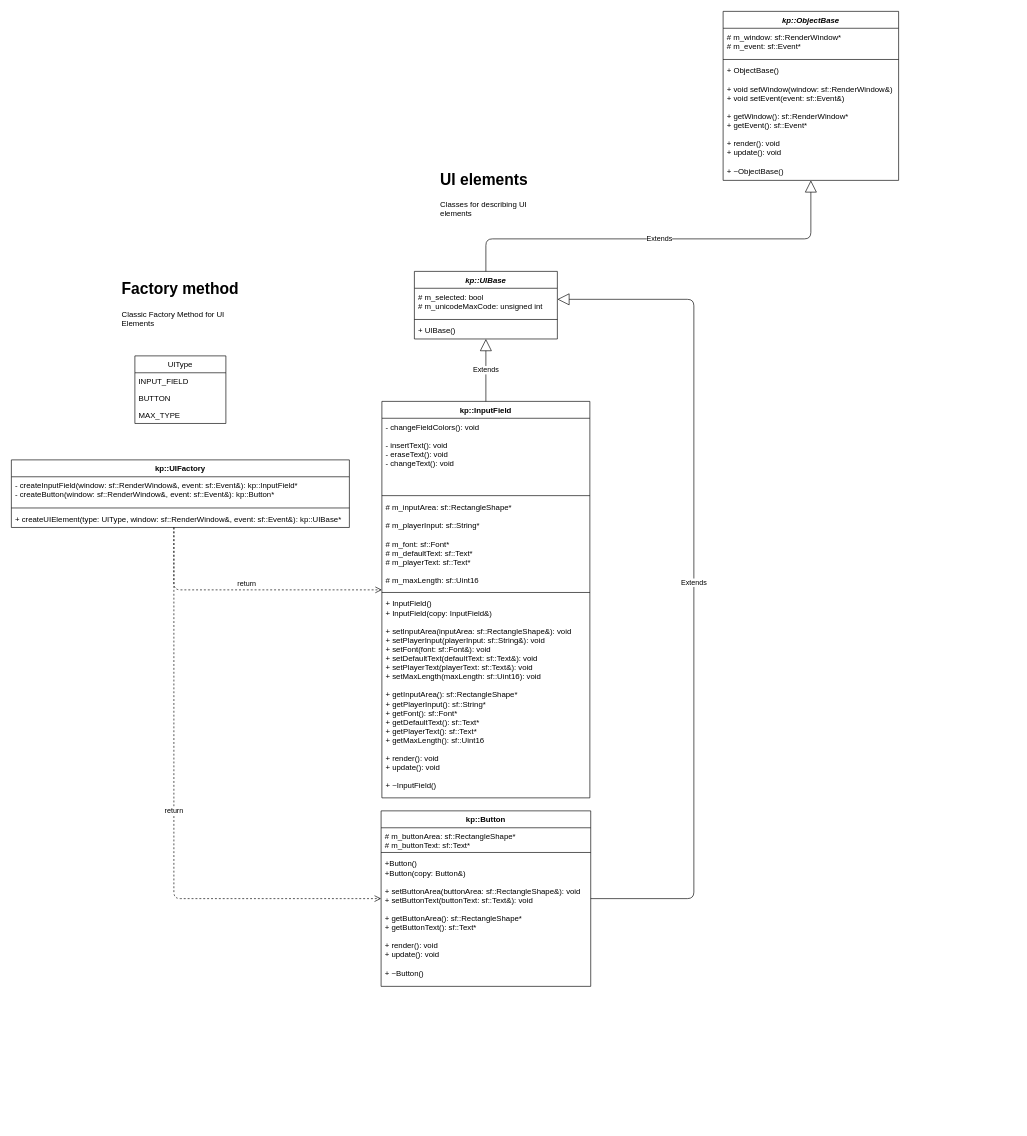
The draw.io diagram diagrams/class_diagram.drawio in kolyshek/to_the_bottom_sfml, before the edit. Source tidied: cells renumbered, new cells numbered last; positions are measured from the earlier drawing's top-left corner, leaving out a move shared by most shapes. Both pictures are drawn from the tidied source at 65%, with x=0, y=0 at pixel (11, 11).
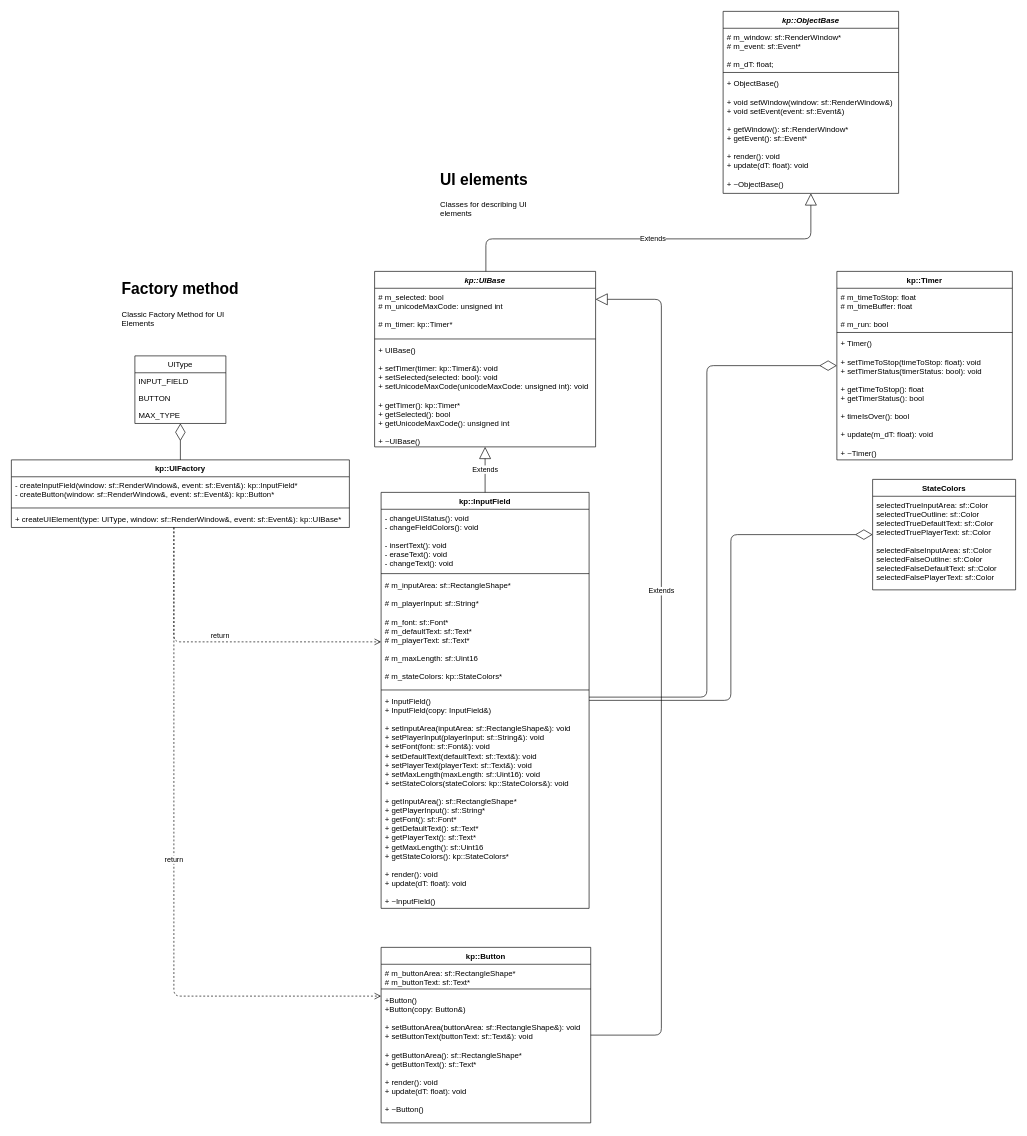
The same diagram, later.

Unchanged cells that the change refers to:
```xml
<mxCell id="20" value="kp::UIFactory" style="swimlane;fontStyle=1;align=center;verticalAlign=top;horizontal=1;startSize=26;" parent="1" vertex="1">
  <mxGeometry y="690" width="520" height="104" as="geometry" />
</mxCell>
<mxCell id="29" value="UIType" style="swimlane;fontStyle=0;horizontal=1;startSize=26;fillColor=none;" parent="1" vertex="1">
  <mxGeometry x="190" y="530" width="140" height="104" as="geometry" />
</mxCell>
```

What changed in the source:
```diff
@@
     <mxCell id="2" value="kp::ObjectBase" style="swimlane;fontStyle=3;align=center;verticalAlign=top;horizontal=1;startSize=26;" parent="1" vertex="1">
-      <mxGeometry x="1095" width="270" height="260" as="geometry" />
+      <mxGeometry x="1095" width="270" height="280" as="geometry" />
     </mxCell>
-    <mxCell id="3" value="# m_window: sf::RenderWindow*&#10;# m_event: sf::Event*" style="text;strokeColor=none;fillColor=none;align=left;verticalAlign=top;spacingLeft=4;spacingRight=4;overflow=hidden;" parent="2" vertex="1">
-      <mxGeometry y="26" width="270" height="44" as="geometry" />
+    <mxCell id="3" value="# m_window: sf::RenderWindow*&#10;# m_event: sf::Event*&#10;&#10;# m_dT: float;" style="text;strokeColor=none;fillColor=none;align=left;verticalAlign=top;spacingLeft=4;spacingRight=4;overflow=hidden;" parent="2" vertex="1">
+      <mxGeometry y="26" width="270" height="64" as="geometry" />
     </mxCell>
     <mxCell id="4" style="line;strokeWidth=1;fillColor=none;align=left;verticalAlign=middle;spacingTop=-1;spacingLeft=3;spacingRight=3;labelPosition=right;" parent="2" vertex="1">
-      <mxGeometry y="70" width="270" height="8" as="geometry" />
+      <mxGeometry y="90" width="270" height="8" as="geometry" />
     </mxCell>
-    <mxCell id="5" value="+ ObjectBase()&#10;&#10;+ void setWindow(window: sf::RenderWindow&amp;)&#10;+ void setEvent(event: sf::Event&amp;)&#10;&#10;+ getWindow(): sf::RenderWindow*&#10;+ getEvent(): sf::Event*&#10;&#10;+ render(): void&#10;+ update(): void&#10;&#10;+ ~ObjectBase()" style="text;strokeColor=none;fillColor=none;align=left;verticalAlign=top;spacingLeft=4;spacingRight=4;overflow=hidden;" parent="2" vertex="1">
-      <mxGeometry y="78" width="270" height="182" as="geometry" />
+    <mxCell id="5" value="+ ObjectBase()&#10;&#10;+ void setWindow(window: sf::RenderWindow&amp;)&#10;+ void setEvent(event: sf::Event&amp;)&#10;&#10;+ getWindow(): sf::RenderWindow*&#10;+ getEvent(): sf::Event*&#10;&#10;+ render(): void&#10;+ update(dT: float): void&#10;&#10;+ ~ObjectBase()" style="text;strokeColor=none;fillColor=none;align=left;verticalAlign=top;spacingLeft=4;spacingRight=4;overflow=hidden;" parent="2" vertex="1">
+      <mxGeometry y="98" width="270" height="182" as="geometry" />
     </mxCell>
     <mxCell id="6" value="kp::UIBase" style="swimlane;fontStyle=3;align=center;verticalAlign=top;horizontal=1;startSize=26;" parent="1" vertex="1">
-      <mxGeometry x="620" y="400" width="220" height="104" as="geometry" />
+      <mxGeometry x="558.8" y="400" width="340" height="270" as="geometry" />
     </mxCell>
-    <mxCell id="7" value="# m_selected: bool&#10;# m_unicodeMaxCode: unsigned int" style="text;strokeColor=none;fillColor=none;align=left;verticalAlign=top;spacingLeft=4;spacingRight=4;overflow=hidden;" parent="6" vertex="1">
-      <mxGeometry y="26" width="220" height="44" as="geometry" />
+    <mxCell id="7" value="# m_selected: bool&#10;# m_unicodeMaxCode: unsigned int&#10;&#10;# m_timer: kp::Timer*" style="text;strokeColor=none;fillColor=none;align=left;verticalAlign=top;spacingLeft=4;spacingRight=4;overflow=hidden;" parent="6" vertex="1">
+      <mxGeometry y="26" width="340" height="74" as="geometry" />
     </mxCell>
     <mxCell id="8" style="line;strokeWidth=1;fillColor=none;align=left;verticalAlign=middle;spacingTop=-1;spacingLeft=3;spacingRight=3;labelPosition=right;" parent="6" vertex="1">
-      <mxGeometry y="70" width="220" height="8" as="geometry" />
+      <mxGeometry y="100" width="340" height="8" as="geometry" />
     </mxCell>
-    <mxCell id="9" value="+ UIBase()" style="text;strokeColor=none;fillColor=none;align=left;verticalAlign=top;spacingLeft=4;spacingRight=4;overflow=hidden;" parent="6" vertex="1">
-      <mxGeometry y="78" width="220" height="26" as="geometry" />
+    <mxCell id="9" value="+ UIBase()&#10;&#10;+ setTimer(timer: kp::Timer&amp;): void&#10;+ setSelected(selected: bool): void&#10;+ setUnicodeMaxCode(unicodeMaxCode: unsigned int): void&#10;&#10;+ getTimer(): kp::Timer*&#10;+ getSelected(): bool&#10;+ getUnicodeMaxCode(): unsigned int&#10;&#10;+ ~UIBase()" style="text;strokeColor=none;fillColor=none;align=left;verticalAlign=top;spacingLeft=4;spacingRight=4;overflow=hidden;" parent="6" vertex="1">
+      <mxGeometry y="108" width="340" height="162" as="geometry" />
     </mxCell>
     <mxCell id="10" value="kp::InputField" style="swimlane;fontStyle=1;align=center;verticalAlign=top;horizontal=1;startSize=26;" parent="1" vertex="1">
-      <mxGeometry x="570" y="600" width="320" height="610" as="geometry" />
+      <mxGeometry x="568.8" y="740" width="320" height="640" as="geometry" />
     </mxCell>
-    <mxCell id="11" value="- changeFieldColors(): void&#10;&#10;- insertText(): void&#10;- eraseText(): void&#10;- changeText(): void" style="text;strokeColor=none;fillColor=none;align=left;verticalAlign=top;spacingLeft=4;spacingRight=4;overflow=hidden;" parent="10" vertex="1">
-      <mxGeometry y="26" width="320" height="114" as="geometry" />
+    <mxCell id="11" value="- changeUIStatus(): void&#10;- changeFieldColors(): void&#10;&#10;- insertText(): void&#10;- eraseText(): void&#10;- changeText(): void" style="text;strokeColor=none;fillColor=none;align=left;verticalAlign=top;spacingLeft=4;spacingRight=4;overflow=hidden;" parent="10" vertex="1">
+      <mxGeometry y="26" width="320" height="94" as="geometry" />
     </mxCell>
     <mxCell id="12" style="line;strokeWidth=1;fillColor=none;align=left;verticalAlign=middle;spacingTop=-1;spacingLeft=3;spacingRight=3;labelPosition=right;" parent="10" vertex="1">
-      <mxGeometry y="140" width="320" height="10" as="geometry" />
+      <mxGeometry y="120" width="320" height="10" as="geometry" />
     </mxCell>
-    <mxCell id="13" value="# m_inputArea: sf::RectangleShape*&#10;&#10;# m_playerInput: sf::String*&#10;&#10;# m_font: sf::Font*&#10;# m_defaultText: sf::Text*&#10;# m_playerText: sf::Text*&#10;&#10;# m_maxLength: sf::Uint16" style="text;strokeColor=none;fillColor=none;align=left;verticalAlign=top;spacingLeft=4;spacingRight=4;overflow=hidden;" parent="10" vertex="1">
-      <mxGeometry y="150" width="320" height="140" as="geometry" />
+    <mxCell id="13" value="# m_inputArea: sf::RectangleShape*&#10;&#10;# m_playerInput: sf::String*&#10;&#10;# m_font: sf::Font*&#10;# m_defaultText: sf::Text*&#10;# m_playerText: sf::Text*&#10;&#10;# m_maxLength: sf::Uint16&#10;&#10;# m_stateColors: kp::StateColors*" style="text;strokeColor=none;fillColor=none;align=left;verticalAlign=top;spacingLeft=4;spacingRight=4;overflow=hidden;" parent="10" vertex="1">
+      <mxGeometry y="130" width="320" height="170" as="geometry" />
     </mxCell>
     <mxCell id="14" style="line;strokeWidth=1;fillColor=none;align=left;verticalAlign=middle;spacingTop=-1;spacingLeft=3;spacingRight=3;labelPosition=right;" parent="10" vertex="1">
-      <mxGeometry y="290" width="320" height="8" as="geometry" />
+      <mxGeometry y="300" width="320" height="8" as="geometry" />
     </mxCell>
-    <mxCell id="15" value="+ InputField()&#10;+ InputField(copy: InputField&amp;)&#10;&#10;+ setInputArea(inputArea: sf::RectangleShape&amp;): void&#10;+ setPlayerInput(playerInput: sf::String&amp;): void&#10;+ setFont(font: sf::Font&amp;): void&#10;+ setDefaultText(defaultText: sf::Text&amp;): void&#10;+ setPlayerText(playerText: sf::Text&amp;): void&#10;+ setMaxLength(maxLength: sf::Uint16): void&#10;&#10;+ getInputArea(): sf::RectangleShape*&#10;+ getPlayerInput(): sf::String*&#10;+ getFont(): sf::Font*&#10;+ getDefaultText(): sf::Text*&#10;+ getPlayerText(): sf::Text*&#10;+ getMaxLength(): sf::Uint16&#10;&#10;+ render(): void&#10;+ update(): void&#10;&#10;+ ~InputField()" style="text;strokeColor=none;fillColor=none;align=left;verticalAlign=top;spacingLeft=4;spacingRight=4;overflow=hidden;" parent="10" vertex="1">
-      <mxGeometry y="298" width="320" height="312" as="geometry" />
+    <mxCell id="15" value="+ InputField()&#10;+ InputField(copy: InputField&amp;)&#10;&#10;+ setInputArea(inputArea: sf::RectangleShape&amp;): void&#10;+ setPlayerInput(playerInput: sf::String&amp;): void&#10;+ setFont(font: sf::Font&amp;): void&#10;+ setDefaultText(defaultText: sf::Text&amp;): void&#10;+ setPlayerText(playerText: sf::Text&amp;): void&#10;+ setMaxLength(maxLength: sf::Uint16): void&#10;+ setStateColors(stateColors: kp::StateColors&amp;): void&#10;&#10;+ getInputArea(): sf::RectangleShape*&#10;+ getPlayerInput(): sf::String*&#10;+ getFont(): sf::Font*&#10;+ getDefaultText(): sf::Text*&#10;+ getPlayerText(): sf::Text*&#10;+ getMaxLength(): sf::Uint16&#10;+ getStateColors(): kp::StateColors*&#10;&#10;+ render(): void&#10;+ update(dT: float): void&#10;&#10;+ ~InputField()" style="text;strokeColor=none;fillColor=none;align=left;verticalAlign=top;spacingLeft=4;spacingRight=4;overflow=hidden;" parent="10" vertex="1">
+      <mxGeometry y="308" width="320" height="332" as="geometry" />
     </mxCell>
     <mxCell id="16" value="kp::Button" style="swimlane;fontStyle=1;align=center;verticalAlign=top;horizontal=1;startSize=26;" parent="1" vertex="1">
-      <mxGeometry x="568.8" y="1230" width="322.5" height="270" as="geometry" />
+      <mxGeometry x="568.8" y="1440" width="322.5" height="270" as="geometry" />
     </mxCell>
@@
-    <mxCell id="19" value="+Button()&#10;+Button(copy: Button&amp;)&#10;&#10;+ setButtonArea(buttonArea: sf::RectangleShape&amp;): void&#10;&#9;&#9;+ setButtonText(buttonText: sf::Text&amp;): void&#10;&#10;+ getButtonArea(): sf::RectangleShape*&#10;+ getButtonText(): sf::Text*&#10;&#10;+ render(): void&#10;+ update(): void&#10;&#10;+ ~Button()" style="text;strokeColor=none;fillColor=none;align=left;verticalAlign=top;spacingLeft=4;spacingRight=4;overflow=hidden;" parent="16" vertex="1">
+    <mxCell id="19" value="+Button()&#10;+Button(copy: Button&amp;)&#10;&#10;+ setButtonArea(buttonArea: sf::RectangleShape&amp;): void&#10;&#9;&#9;+ setButtonText(buttonText: sf::Text&amp;): void&#10;&#10;+ getButtonArea(): sf::RectangleShape*&#10;+ getButtonText(): sf::Text*&#10;&#10;+ render(): void&#10;+ update(dT: float): void&#10;&#10;+ ~Button()" style="text;strokeColor=none;fillColor=none;align=left;verticalAlign=top;spacingLeft=4;spacingRight=4;overflow=hidden;" parent="16" vertex="1">
       <mxGeometry y="68" width="322.5" height="202" as="geometry" />
     </mxCell>
@@
     <mxCell id="26" value="Extends" style="endArrow=block;endSize=16;endFill=0;html=1;edgeStyle=orthogonalEdgeStyle;" parent="1" edge="1" source="16" target="6">
-      <mxGeometry relative="1" as="geometry">
+      <mxGeometry x="0.18" relative="1" as="geometry">
         <Array as="points">
-          <mxPoint x="1050" y="443" />
+          <mxPoint x="1000" y="1575" />
+          <mxPoint x="1000" y="443" />
         </Array>
       </mxGeometry>
     </mxCell>
     <mxCell id="27" value="return" style="html=1;verticalAlign=bottom;endArrow=open;dashed=1;endSize=8;edgeStyle=orthogonalEdgeStyle;" parent="1" edge="1" source="20" target="10">
       <mxGeometry relative="1" as="geometry">
         <Array as="points">
-          <mxPoint x="250" y="890" />
+          <mxPoint x="250" y="970" />
         </Array>
       </mxGeometry>
     </mxCell>
     <mxCell id="28" value="return" style="html=1;verticalAlign=bottom;endArrow=open;dashed=1;endSize=8;edgeStyle=orthogonalEdgeStyle;" parent="1" edge="1" source="20" target="16">
       <mxGeometry relative="1" as="geometry">
         <Array as="points">
-          <mxPoint x="250" y="1365" />
+          <mxPoint x="250" y="1515" />
         </Array>
       </mxGeometry>
     </mxCell>
@@
+    <mxCell id="35" value="kp::Timer" style="swimlane;fontStyle=1;align=center;verticalAlign=top;horizontal=1;startSize=26;fillColor=none;" parent="1" vertex="1">
+      <mxGeometry x="1270" y="400" width="270" height="290" as="geometry" />
+    </mxCell>
+    <mxCell id="36" value="# m_timeToStop: float&#10;# m_timeBuffer: float&#10;&#10;# m_run: bool" style="text;strokeColor=none;fillColor=none;align=left;verticalAlign=top;spacingLeft=4;spacingRight=4;overflow=hidden;" parent="35" vertex="1">
+      <mxGeometry y="26" width="270" height="64" as="geometry" />
+    </mxCell>
+    <mxCell id="37" style="line;strokeWidth=1;fillColor=none;align=left;verticalAlign=middle;spacingTop=-1;spacingLeft=3;spacingRight=3;labelPosition=right;" parent="35" vertex="1">
+      <mxGeometry y="90" width="270" height="8" as="geometry" />
+    </mxCell>
+    <mxCell id="38" value="+ Timer()&#10;&#10;+ setTimeToStop(timeToStop: float): void&#10;+ setTimerStatus(timerStatus: bool): void&#10;&#10;+ getTimeToStop(): float&#10;+ getTimerStatus(): bool&#10;&#10;+ timeIsOver(): bool&#10;&#10;+ update(m_dT: float): void&#10;&#10;+ ~Timer()" style="text;strokeColor=none;fillColor=none;align=left;verticalAlign=top;spacingLeft=4;spacingRight=4;overflow=hidden;" parent="35" vertex="1">
+      <mxGeometry y="98" width="270" height="192" as="geometry" />
+    </mxCell>
+    <mxCell id="39" value="StateColors" style="swimlane;fontStyle=1;align=center;verticalAlign=top;horizontal=1;startSize=26;" parent="1" vertex="1">
+      <mxGeometry x="1325" y="720" width="220" height="170" as="geometry" />
+    </mxCell>
+    <mxCell id="40" value="selectedTrueInputArea: sf::Color&#10;selectedTrueOutline: sf::Color&#10;selectedTrueDefaultText: sf::Color&#10;selectedTruePlayerText: sf::Color&#10;&#10;selectedFalseInputArea: sf::Color&#10;selectedFalseOutline: sf::Color&#10;selectedFalseDefaultText: sf::Color&#10;selectedFalsePlayerText: sf::Color" style="text;strokeColor=none;fillColor=none;align=left;verticalAlign=top;spacingLeft=4;spacingRight=4;overflow=hidden;" parent="39" vertex="1">
+      <mxGeometry y="26" width="220" height="144" as="geometry" />
+    </mxCell>
+    <mxCell id="41" style="endArrow=diamondThin;endFill=0;endSize=24;html=1;edgeStyle=orthogonalEdgeStyle;" parent="1" edge="1" source="10" target="39">
+      <mxGeometry relative="1" as="geometry" />
+    </mxCell>
+    <mxCell id="42" style="endArrow=diamondThin;endFill=0;endSize=24;html=1;edgeStyle=orthogonalEdgeStyle;" parent="1" edge="1" source="10" target="35">
+      <mxGeometry relative="1" as="geometry">
+        <Array as="points">
+          <mxPoint x="1070" y="1055" />
+          <mxPoint x="1070" y="545" />
+        </Array>
+      </mxGeometry>
+    </mxCell>
+    <mxCell id="43" style="endArrow=diamondThin;endFill=0;endSize=24;html=1;edgeStyle=orthogonalEdgeStyle;" parent="1" edge="1" source="20" target="29">
+      <mxGeometry relative="1" as="geometry" />
+    </mxCell>
```
